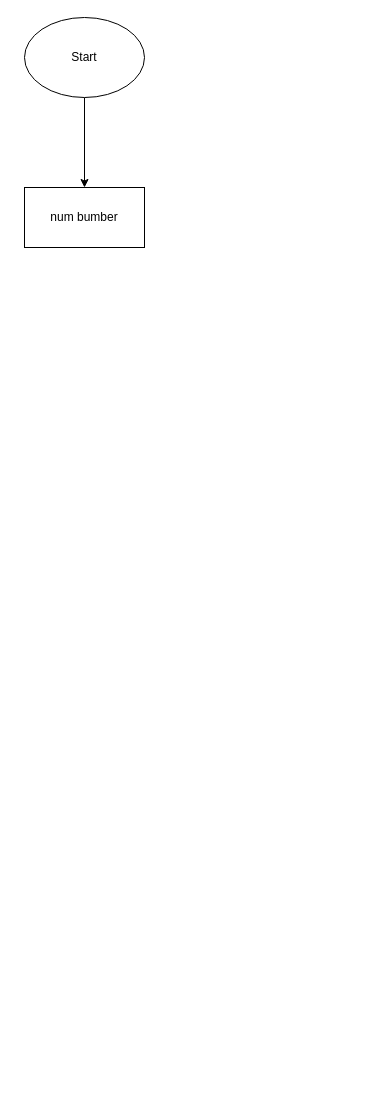
Before: Untitled Diagram.drawio in SimonYet2See/Algonquin25W-CP, a draw.io diagram. Source tidied: cells renumbered, new cells numbered last; positions are measured from the earlier drawing's top-left corner, leaving out a move shared by most shapes. Both pictures are drawn from the tidied source at 100%, with x=0, y=0 at pixel (24, 17).
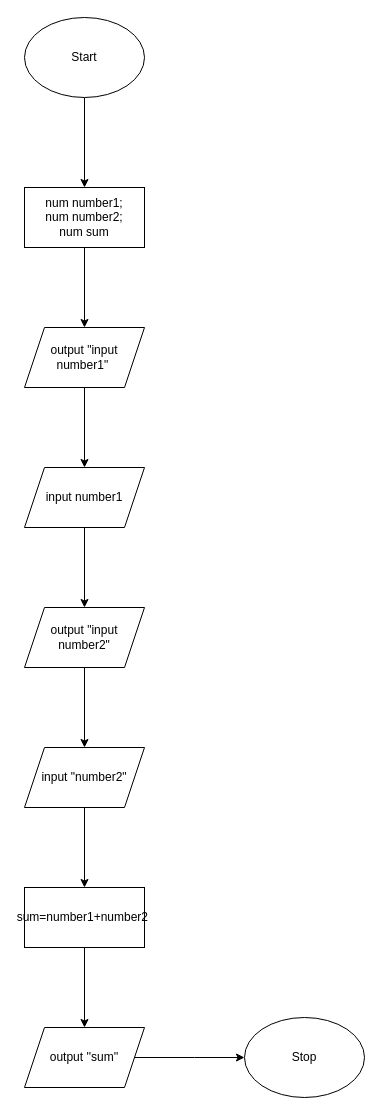
The same diagram, later.

The edit, as a diff of the source:
```diff
@@
 <mxGraphModel>
   <root>
     <mxCell id="0" />
     <mxCell id="1" parent="0" />
     <mxCell id="2" style="edgeStyle=orthogonalEdgeStyle;rounded=0;jettySize=auto;html=1;" parent="1" edge="1" source="3" target="4">
       <mxGeometry relative="1" as="geometry" />
     </mxCell>
     <mxCell id="3" value="Start" style="ellipse;whiteSpace=wrap;html=1;" parent="1" vertex="1">
       <mxGeometry width="120" height="80" as="geometry" />
     </mxCell>
+    <mxCell id="5" style="edgeStyle=orthogonalEdgeStyle;rounded=0;jettySize=auto;html=1;" parent="1" edge="1" source="4" target="7">
+      <mxGeometry relative="1" as="geometry" />
+    </mxCell>
-    <mxCell id="4" value="num bumber" style="whiteSpace=wrap;html=1;" parent="1" vertex="1">
+    <mxCell id="4" value="num number1;&lt;br&gt;num number2;&lt;div&gt;num sum&lt;/div&gt;" style="whiteSpace=wrap;html=1;" parent="1" vertex="1">
       <mxGeometry y="170" width="120" height="60" as="geometry" />
     </mxCell>
+    <mxCell id="6" style="edgeStyle=orthogonalEdgeStyle;rounded=0;jettySize=auto;html=1;" parent="1" edge="1" source="7" target="9">
+      <mxGeometry relative="1" as="geometry" />
+    </mxCell>
+    <mxCell id="7" value="output &quot;input number1&quot;&amp;nbsp;" style="shape=parallelogram;perimeter=parallelogramPerimeter;whiteSpace=wrap;html=1;fixedSize=1;" parent="1" vertex="1">
+      <mxGeometry y="310" width="120" height="60" as="geometry" />
+    </mxCell>
+    <mxCell id="8" style="edgeStyle=orthogonalEdgeStyle;rounded=0;jettySize=auto;html=1;" parent="1" edge="1" source="9" target="11">
+      <mxGeometry relative="1" as="geometry" />
+    </mxCell>
+    <mxCell id="9" value="input number1" style="shape=parallelogram;perimeter=parallelogramPerimeter;whiteSpace=wrap;html=1;fixedSize=1;" parent="1" vertex="1">
+      <mxGeometry y="450" width="120" height="60" as="geometry" />
+    </mxCell>
+    <mxCell id="10" style="edgeStyle=orthogonalEdgeStyle;rounded=0;jettySize=auto;html=1;" parent="1" edge="1" source="11" target="13">
+      <mxGeometry relative="1" as="geometry" />
+    </mxCell>
+    <mxCell id="11" value="output &quot;input number2&quot;" style="shape=parallelogram;perimeter=parallelogramPerimeter;whiteSpace=wrap;html=1;fixedSize=1;" parent="1" vertex="1">
+      <mxGeometry y="590" width="120" height="60" as="geometry" />
+    </mxCell>
+    <mxCell id="12" style="edgeStyle=orthogonalEdgeStyle;rounded=0;jettySize=auto;html=1;" parent="1" edge="1" source="13" target="15">
+      <mxGeometry relative="1" as="geometry" />
+    </mxCell>
+    <mxCell id="13" value="input &quot;number2&quot;" style="shape=parallelogram;perimeter=parallelogramPerimeter;whiteSpace=wrap;html=1;fixedSize=1;" parent="1" vertex="1">
+      <mxGeometry y="730" width="120" height="60" as="geometry" />
+    </mxCell>
+    <mxCell id="14" style="edgeStyle=orthogonalEdgeStyle;rounded=0;jettySize=auto;html=1;" parent="1" edge="1" source="15" target="17">
+      <mxGeometry relative="1" as="geometry" />
+    </mxCell>
+    <mxCell id="15" value="sum=number1+number2&amp;nbsp;" style="whiteSpace=wrap;html=1;" parent="1" vertex="1">
+      <mxGeometry y="870" width="120" height="60" as="geometry" />
+    </mxCell>
+    <mxCell id="16" style="edgeStyle=orthogonalEdgeStyle;rounded=0;jettySize=auto;html=1;" parent="1" edge="1" source="17">
+      <mxGeometry relative="1" as="geometry">
+        <mxPoint x="220" y="1040" as="targetPoint" />
+      </mxGeometry>
+    </mxCell>
+    <mxCell id="17" value="output ''sum''" style="shape=parallelogram;perimeter=parallelogramPerimeter;whiteSpace=wrap;html=1;fixedSize=1;" parent="1" vertex="1">
+      <mxGeometry y="1010" width="120" height="60" as="geometry" />
+    </mxCell>
+    <mxCell id="18" value="Stop" style="ellipse;whiteSpace=wrap;html=1;" parent="1" vertex="1">
+      <mxGeometry x="220" y="1000" width="120" height="80" as="geometry" />
+    </mxCell>
   </root>
 </mxGraphModel>
```
